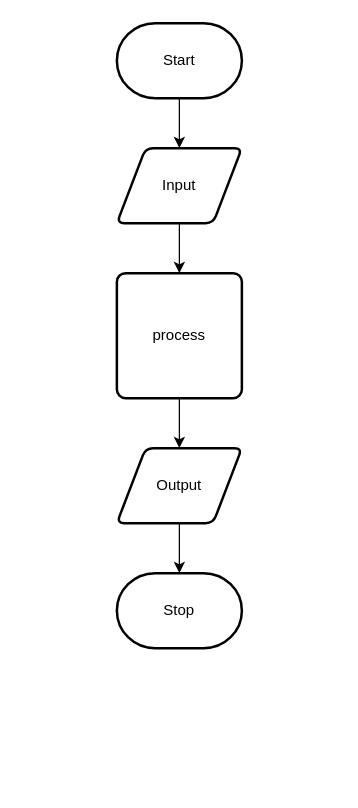
Claire-Bedrossian/ICS20-Unit6-04-JS keeps this draw.io diagram as design/flow-chart.drawio. Above is the earlier version. Source tidied: cells renumbered, new cells numbered last; positions are measured from the earlier drawing's top-left corner, leaving out a move shared by most shapes. Both pictures are drawn from the tidied source at 125%, with x=0, y=0 at pixel (116, 22).
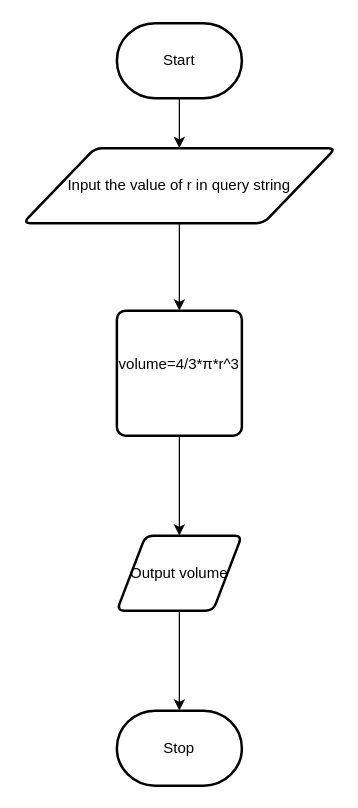
Above is the later version.

Commit message (it also covers changes not shown here):
added storyboard and flowchart

Change to the diagram source:
```diff
@@
 <mxGraphModel>
   <root>
     <mxCell id="0" />
     <mxCell id="1" parent="0" />
     <mxCell id="2" style="edgeStyle=none;html=1;" parent="1" edge="1" source="3" target="5">
       <mxGeometry relative="1" as="geometry" />
     </mxCell>
     <mxCell id="3" value="Start" style="strokeWidth=2;html=1;shape=mxgraph.flowchart.terminator;whiteSpace=wrap;" parent="1" vertex="1">
       <mxGeometry width="100" height="60" as="geometry" />
     </mxCell>
     <mxCell id="4" style="edgeStyle=none;html=1;" parent="1" edge="1" source="5" target="7">
       <mxGeometry relative="1" as="geometry" />
     </mxCell>
-    <mxCell id="5" value="Input" style="shape=parallelogram;html=1;strokeWidth=2;perimeter=parallelogramPerimeter;whiteSpace=wrap;rounded=1;arcSize=12;size=0.23;" parent="1" vertex="1">
-      <mxGeometry y="100" width="100" height="60" as="geometry" />
+    <mxCell id="5" value="Input the value of r in query string" style="shape=parallelogram;html=1;strokeWidth=2;perimeter=parallelogramPerimeter;whiteSpace=wrap;rounded=1;arcSize=12;size=0.23;" parent="1" vertex="1">
+      <mxGeometry x="-75" y="100" width="250" height="60" as="geometry" />
     </mxCell>
     <mxCell id="6" style="edgeStyle=none;html=1;" parent="1" edge="1" source="7" target="9">
       <mxGeometry relative="1" as="geometry" />
     </mxCell>
-    <mxCell id="7" value="process" style="rounded=1;whiteSpace=wrap;html=1;absoluteArcSize=1;arcSize=14;strokeWidth=2;" parent="1" vertex="1">
-      <mxGeometry y="200" width="100" height="100" as="geometry" />
+    <mxCell id="7" value="&lt;div&gt;volume=4/&lt;span&gt;3*π*r^3&lt;/span&gt;&lt;/div&gt;&lt;div&gt;&lt;br&gt;&lt;/div&gt;" style="rounded=1;whiteSpace=wrap;html=1;absoluteArcSize=1;arcSize=14;strokeWidth=2;" parent="1" vertex="1">
+      <mxGeometry y="230" width="100" height="100" as="geometry" />
     </mxCell>
     <mxCell id="8" style="edgeStyle=none;html=1;" parent="1" edge="1" source="9" target="10">
       <mxGeometry relative="1" as="geometry" />
     </mxCell>
-    <mxCell id="9" value="Output" style="shape=parallelogram;html=1;strokeWidth=2;perimeter=parallelogramPerimeter;whiteSpace=wrap;rounded=1;arcSize=12;size=0.23;" parent="1" vertex="1">
-      <mxGeometry y="340" width="100" height="60" as="geometry" />
+    <mxCell id="9" value="Output volume" style="shape=parallelogram;html=1;strokeWidth=2;perimeter=parallelogramPerimeter;whiteSpace=wrap;rounded=1;arcSize=12;size=0.23;" parent="1" vertex="1">
+      <mxGeometry y="410" width="100" height="60" as="geometry" />
     </mxCell>
     <mxCell id="10" value="Stop" style="strokeWidth=2;html=1;shape=mxgraph.flowchart.terminator;whiteSpace=wrap;" parent="1" vertex="1">
-      <mxGeometry y="440" width="100" height="60" as="geometry" />
+      <mxGeometry y="550" width="100" height="60" as="geometry" />
     </mxCell>
   </root>
 </mxGraphModel>
```
